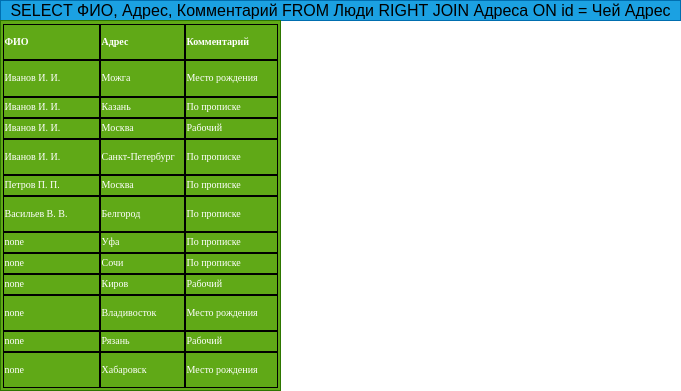
Cy8rax/DataBase-HT keeps this draw.io diagram as 2nd Day/3_2.drawio.png. Above is the earlier version. Source tidied: cells renumbered, new cells last; positions are measured from the earlier drawing's top-left corner, leaving out a move shared by most shapes.
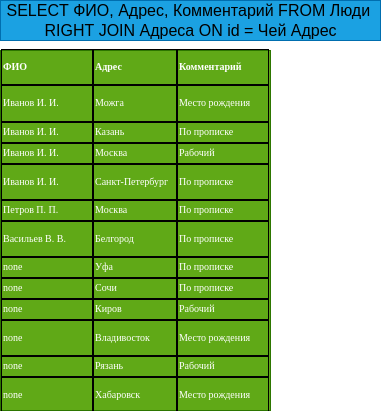
After the change.

Commit message:
SELECT ФИО, Адрес, Комментарий FROM Люди RIGHT JOIN Адреса ON id = Чей Адрс

The edit, as a diff of the source:
```diff
@@ -2,11 +2,11 @@
   <root>
     <mxCell id="0" />
     <mxCell id="1" parent="0" />
-    <mxCell id="2" value="&lt;span id=&quot;docs-internal-guid-09b9c0c9-7fff-7595-5556-b63fce04046c&quot;&gt;&lt;span style=&quot;font-size: 12pt ; font-family: &amp;#34;arial&amp;#34; ; color: rgb(0 , 0 , 0) ; background-color: transparent ; vertical-align: baseline&quot;&gt;SELECT ФИО, Адрес, Комментарий FROM Люди RIGHT JOIN Адреса ON id = Чей Адрес&lt;/span&gt;&lt;/span&gt;" style="text;html=1;align=center;verticalAlign=middle;strokeColor=#006EAF;fillColor=#1ba1e2;fontColor=#ffffff;" parent="1" vertex="1">
-      <mxGeometry width="680" height="20" as="geometry" />
+    <mxCell id="2" value="&lt;span id=&quot;docs-internal-guid-09b9c0c9-7fff-7595-5556-b63fce04046c&quot;&gt;&lt;span style=&quot;font-size: 12pt ; font-family: &amp;#34;arial&amp;#34; ; color: rgb(0 , 0 , 0) ; background-color: transparent ; vertical-align: baseline&quot;&gt;SELECT ФИО, Адрес, Комментарий FROM Люди &lt;br&gt;RIGHT JOIN Адреса ON id = Чей Адрес&lt;/span&gt;&lt;/span&gt;" style="text;html=1;align=center;verticalAlign=middle;strokeColor=#006EAF;fillColor=#1ba1e2;fontColor=#ffffff;" parent="1" vertex="1">
+      <mxGeometry width="380" height="40" as="geometry" />
     </mxCell>
     <mxCell id="3" value="&lt;table cellspacing=&quot;0&quot; border=&quot;0&quot; style=&quot;font-family: &amp;#34;liberation sans&amp;#34; ; font-size: x-small&quot;&gt;&lt;colgroup width=&quot;97&quot;&gt;&lt;/colgroup&gt;&lt;colgroup width=&quot;85&quot;&gt;&lt;/colgroup&gt;&lt;colgroup width=&quot;93&quot;&gt;&lt;/colgroup&gt;&lt;tbody&gt;&lt;tr&gt;&lt;td height=&quot;32&quot; align=&quot;left&quot; style=&quot;border-width: 1px ; border-style: solid ; border-color: rgb(0 , 0 , 0)&quot;&gt;&lt;b&gt;&lt;font face=&quot;Liberation Serif&quot;&gt;ФИО&lt;/font&gt;&lt;/b&gt;&lt;/td&gt;&lt;td align=&quot;left&quot; style=&quot;border-width: 1px ; border-style: solid ; border-color: rgb(0 , 0 , 0)&quot;&gt;&lt;b&gt;&lt;font face=&quot;Liberation Serif&quot;&gt;Адрес&lt;/font&gt;&lt;/b&gt;&lt;/td&gt;&lt;td align=&quot;left&quot; style=&quot;border-width: 1px ; border-style: solid ; border-color: rgb(0 , 0 , 0)&quot;&gt;&lt;b&gt;&lt;font face=&quot;Liberation Serif&quot;&gt;Комментарий&lt;/font&gt;&lt;/b&gt;&lt;/td&gt;&lt;/tr&gt;&lt;tr&gt;&lt;td height=&quot;33&quot; align=&quot;left&quot; style=&quot;border-width: 1px ; border-style: solid ; border-color: rgb(0 , 0 , 0)&quot;&gt;&lt;font face=&quot;Liberation Serif&quot;&gt;Иванов И. И.&lt;/font&gt;&lt;/td&gt;&lt;td align=&quot;left&quot; style=&quot;border-width: 1px ; border-style: solid ; border-color: rgb(0 , 0 , 0)&quot;&gt;&lt;font face=&quot;Liberation Serif&quot;&gt;Можга&lt;/font&gt;&lt;/td&gt;&lt;td align=&quot;left&quot; style=&quot;border-width: 1px ; border-style: solid ; border-color: rgb(0 , 0 , 0)&quot;&gt;&lt;font face=&quot;Liberation Serif&quot;&gt;Место рождения&lt;/font&gt;&lt;/td&gt;&lt;/tr&gt;&lt;tr&gt;&lt;td height=&quot;17&quot; align=&quot;left&quot; style=&quot;border-width: 1px ; border-style: solid ; border-color: rgb(0 , 0 , 0)&quot;&gt;&lt;font face=&quot;Liberation Serif&quot;&gt;Иванов И. И.&lt;/font&gt;&lt;/td&gt;&lt;td align=&quot;left&quot; style=&quot;border-width: 1px ; border-style: solid ; border-color: rgb(0 , 0 , 0)&quot;&gt;&lt;font face=&quot;Liberation Serif&quot;&gt;Казань&lt;/font&gt;&lt;/td&gt;&lt;td align=&quot;left&quot; style=&quot;border-width: 1px ; border-style: solid ; border-color: rgb(0 , 0 , 0)&quot;&gt;&lt;font face=&quot;Liberation Serif&quot;&gt;По прописке&lt;/font&gt;&lt;/td&gt;&lt;/tr&gt;&lt;tr&gt;&lt;td height=&quot;17&quot; align=&quot;left&quot; style=&quot;border-width: 1px ; border-style: solid ; border-color: rgb(0 , 0 , 0)&quot;&gt;&lt;font face=&quot;Liberation Serif&quot;&gt;Иванов И. И.&lt;/font&gt;&lt;/td&gt;&lt;td align=&quot;left&quot; style=&quot;border-width: 1px ; border-style: solid ; border-color: rgb(0 , 0 , 0)&quot;&gt;&lt;font face=&quot;Liberation Serif&quot;&gt;Москва&lt;/font&gt;&lt;/td&gt;&lt;td align=&quot;left&quot; style=&quot;border-width: 1px ; border-style: solid ; border-color: rgb(0 , 0 , 0)&quot;&gt;&lt;font face=&quot;Liberation Serif&quot;&gt;Рабочий&lt;/font&gt;&lt;/td&gt;&lt;/tr&gt;&lt;tr&gt;&lt;td height=&quot;32&quot; align=&quot;left&quot; style=&quot;border-width: 1px ; border-style: solid ; border-color: rgb(0 , 0 , 0)&quot;&gt;&lt;font face=&quot;Liberation Serif&quot;&gt;Иванов И. И.&lt;/font&gt;&lt;/td&gt;&lt;td align=&quot;left&quot; style=&quot;border-width: 1px ; border-style: solid ; border-color: rgb(0 , 0 , 0)&quot;&gt;&lt;font face=&quot;Liberation Serif&quot;&gt;Санкт-Петербург&lt;/font&gt;&lt;/td&gt;&lt;td align=&quot;left&quot; style=&quot;border-width: 1px ; border-style: solid ; border-color: rgb(0 , 0 , 0)&quot;&gt;&lt;font face=&quot;Liberation Serif&quot;&gt;По прописке&lt;/font&gt;&lt;/td&gt;&lt;/tr&gt;&lt;tr&gt;&lt;td height=&quot;17&quot; align=&quot;left&quot; style=&quot;border-width: 1px ; border-style: solid ; border-color: rgb(0 , 0 , 0)&quot;&gt;&lt;font face=&quot;Liberation Serif&quot;&gt;Петров П. П.&lt;/font&gt;&lt;/td&gt;&lt;td align=&quot;left&quot; style=&quot;border-width: 1px ; border-style: solid ; border-color: rgb(0 , 0 , 0)&quot;&gt;&lt;font face=&quot;Liberation Serif&quot;&gt;Москва&lt;/font&gt;&lt;/td&gt;&lt;td align=&quot;left&quot; style=&quot;border-width: 1px ; border-style: solid ; border-color: rgb(0 , 0 , 0)&quot;&gt;&lt;font face=&quot;Liberation Serif&quot;&gt;По прописке&lt;/font&gt;&lt;/td&gt;&lt;/tr&gt;&lt;tr&gt;&lt;td height=&quot;32&quot; align=&quot;left&quot; style=&quot;border-width: 1px ; border-style: solid ; border-color: rgb(0 , 0 , 0)&quot;&gt;&lt;font face=&quot;Liberation Serif&quot;&gt;Васильев В. В.&lt;/font&gt;&lt;/td&gt;&lt;td align=&quot;left&quot; style=&quot;border-width: 1px ; border-style: solid ; border-color: rgb(0 , 0 , 0)&quot;&gt;&lt;font face=&quot;Liberation Serif&quot;&gt;Белгород&lt;/font&gt;&lt;/td&gt;&lt;td align=&quot;left&quot; style=&quot;border-width: 1px ; border-style: solid ; border-color: rgb(0 , 0 , 0)&quot;&gt;&lt;font face=&quot;Liberation Serif&quot;&gt;По прописке&lt;/font&gt;&lt;/td&gt;&lt;/tr&gt;&lt;tr&gt;&lt;td height=&quot;17&quot; align=&quot;left&quot; style=&quot;border-width: 1px ; border-style: solid ; border-color: rgb(0 , 0 , 0)&quot;&gt;&lt;font face=&quot;Liberation Serif&quot;&gt;none&lt;/font&gt;&lt;/td&gt;&lt;td align=&quot;left&quot; style=&quot;border-width: 1px ; border-style: solid ; border-color: rgb(0 , 0 , 0)&quot;&gt;&lt;font face=&quot;Liberation Serif&quot;&gt;Уфа&lt;/font&gt;&lt;/td&gt;&lt;td align=&quot;left&quot; style=&quot;border-width: 1px ; border-style: solid ; border-color: rgb(0 , 0 , 0)&quot;&gt;&lt;font face=&quot;Liberation Serif&quot;&gt;По прописке&lt;/font&gt;&lt;/td&gt;&lt;/tr&gt;&lt;tr&gt;&lt;td height=&quot;17&quot; align=&quot;left&quot; style=&quot;border-width: 1px ; border-style: solid ; border-color: rgb(0 , 0 , 0)&quot;&gt;&lt;font face=&quot;Liberation Serif&quot;&gt;none&lt;/font&gt;&lt;/td&gt;&lt;td align=&quot;left&quot; style=&quot;border-width: 1px ; border-style: solid ; border-color: rgb(0 , 0 , 0)&quot;&gt;&lt;font face=&quot;Liberation Serif&quot;&gt;Сочи&lt;/font&gt;&lt;/td&gt;&lt;td align=&quot;left&quot; style=&quot;border-width: 1px ; border-style: solid ; border-color: rgb(0 , 0 , 0)&quot;&gt;&lt;font face=&quot;Liberation Serif&quot;&gt;По прописке&lt;/font&gt;&lt;/td&gt;&lt;/tr&gt;&lt;tr&gt;&lt;td height=&quot;17&quot; align=&quot;left&quot; style=&quot;border-width: 1px ; border-style: solid ; border-color: rgb(0 , 0 , 0)&quot;&gt;&lt;font face=&quot;Liberation Serif&quot;&gt;none&lt;/font&gt;&lt;/td&gt;&lt;td align=&quot;left&quot; style=&quot;border-width: 1px ; border-style: solid ; border-color: rgb(0 , 0 , 0)&quot;&gt;&lt;font face=&quot;Liberation Serif&quot;&gt;Киров&lt;/font&gt;&lt;/td&gt;&lt;td align=&quot;left&quot; style=&quot;border-width: 1px ; border-style: solid ; border-color: rgb(0 , 0 , 0)&quot;&gt;&lt;font face=&quot;Liberation Serif&quot;&gt;Рабочий&lt;/font&gt;&lt;/td&gt;&lt;/tr&gt;&lt;tr&gt;&lt;td height=&quot;32&quot; align=&quot;left&quot; style=&quot;border-width: 1px ; border-style: solid ; border-color: rgb(0 , 0 , 0)&quot;&gt;&lt;font face=&quot;Liberation Serif&quot;&gt;none&lt;/font&gt;&lt;/td&gt;&lt;td align=&quot;left&quot; style=&quot;border-width: 1px ; border-style: solid ; border-color: rgb(0 , 0 , 0)&quot;&gt;&lt;font face=&quot;Liberation Serif&quot;&gt;Владивосток&lt;/font&gt;&lt;/td&gt;&lt;td align=&quot;left&quot; style=&quot;border-width: 1px ; border-style: solid ; border-color: rgb(0 , 0 , 0)&quot;&gt;&lt;font face=&quot;Liberation Serif&quot;&gt;Место рождения&lt;/font&gt;&lt;/td&gt;&lt;/tr&gt;&lt;tr&gt;&lt;td height=&quot;17&quot; align=&quot;left&quot; style=&quot;border-width: 1px ; border-style: solid ; border-color: rgb(0 , 0 , 0)&quot;&gt;&lt;font face=&quot;Liberation Serif&quot;&gt;none&lt;/font&gt;&lt;/td&gt;&lt;td align=&quot;left&quot; style=&quot;border-width: 1px ; border-style: solid ; border-color: rgb(0 , 0 , 0)&quot;&gt;&lt;font face=&quot;Liberation Serif&quot;&gt;Рязань&lt;/font&gt;&lt;/td&gt;&lt;td align=&quot;left&quot; style=&quot;border-width: 1px ; border-style: solid ; border-color: rgb(0 , 0 , 0)&quot;&gt;&lt;font face=&quot;Liberation Serif&quot;&gt;Рабочий&lt;/font&gt;&lt;/td&gt;&lt;/tr&gt;&lt;tr&gt;&lt;td height=&quot;32&quot; align=&quot;left&quot; style=&quot;border-width: 1px ; border-style: solid ; border-color: rgb(0 , 0 , 0)&quot;&gt;&lt;font face=&quot;Liberation Serif&quot;&gt;none&lt;/font&gt;&lt;/td&gt;&lt;td align=&quot;left&quot; style=&quot;border-width: 1px ; border-style: solid ; border-color: rgb(0 , 0 , 0)&quot;&gt;&lt;font face=&quot;Liberation Serif&quot;&gt;Хабаровск&lt;/font&gt;&lt;/td&gt;&lt;td align=&quot;left&quot; style=&quot;border-width: 1px ; border-style: solid ; border-color: rgb(0 , 0 , 0)&quot;&gt;&lt;font face=&quot;Liberation Serif&quot;&gt;Место рождения&lt;/font&gt;&lt;/td&gt;&lt;/tr&gt;&lt;/tbody&gt;&lt;/table&gt;" style="whiteSpace=wrap;html=1;fillColor=#60a917;fontColor=#ffffff;strokeColor=#2D7600;" parent="1" vertex="1">
-      <mxGeometry y="20" width="280" height="370" as="geometry" />
+      <mxGeometry y="50" width="270" height="360" as="geometry" />
     </mxCell>
   </root>
 </mxGraphModel>
```
